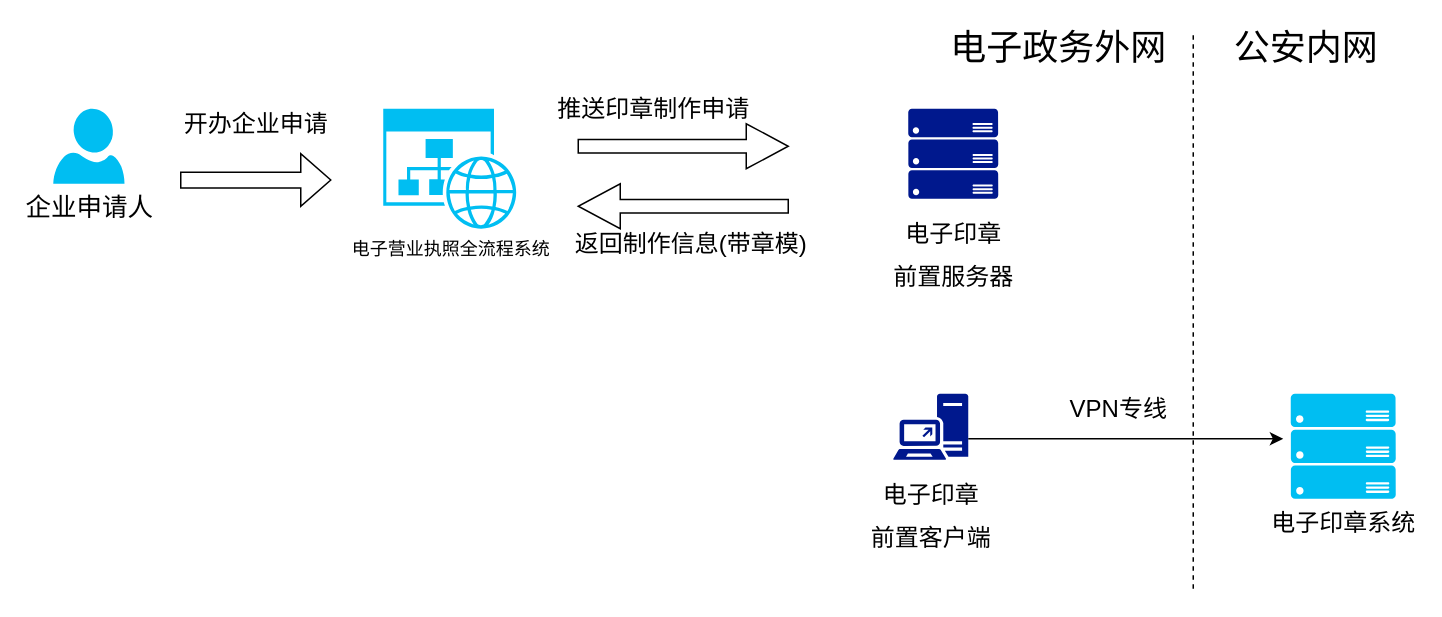
Earlier version of the draw.io diagram page "企业印章申请" (1 of 2) of Untitled Diagram.drawio (guoqingshan2020/draw). Source tidied: cells renumbered, new cells numbered last; positions are measured from the earlier drawing's top-left corner, leaving out a move shared by most shapes. Both pictures are drawn from the tidied source at 150%, with x=0, y=0 at pixel (52, 26).
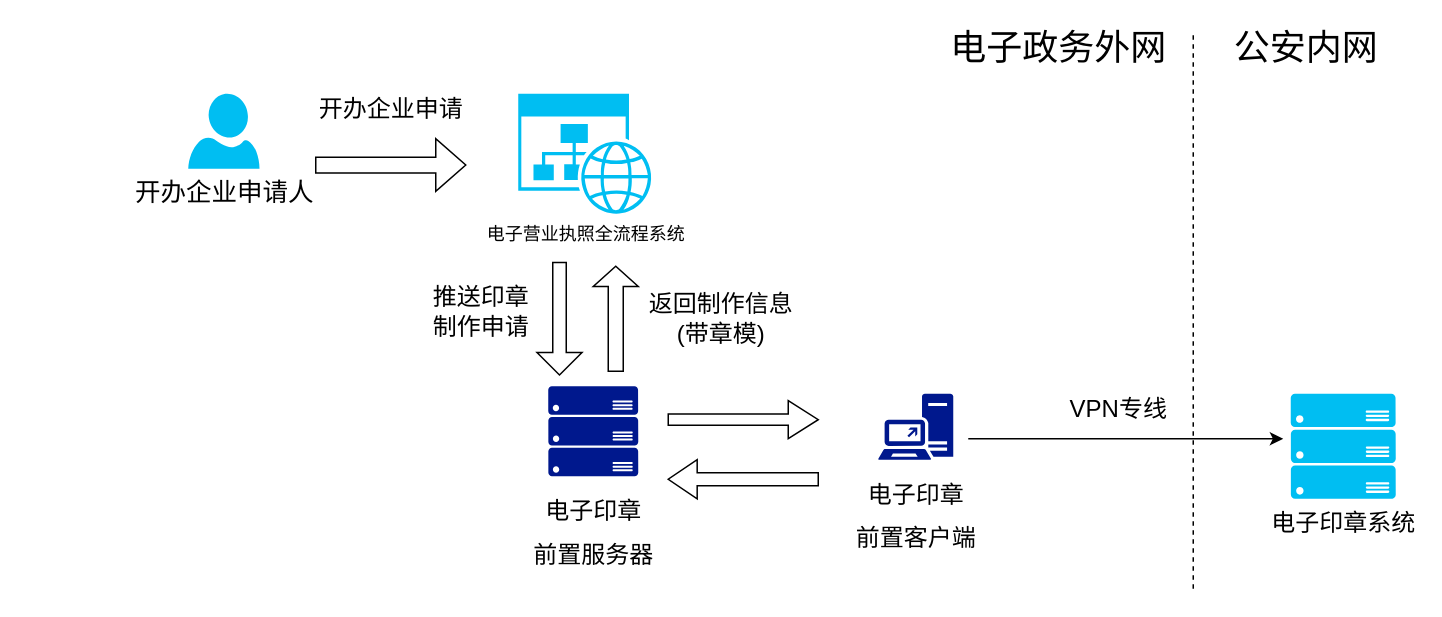
After the change.

Diff of the diagram source:
```diff
@@
-    <mxCell id="2" value="&lt;font style=&quot;font-size: 17px&quot;&gt;企业申请人&lt;/font&gt;" style="verticalLabelPosition=bottom;html=1;verticalAlign=top;align=center;strokeColor=none;fillColor=#00BEF2;shape=mxgraph.azure.user;" parent="1" vertex="1">
-      <mxGeometry y="55" width="47.5" height="50" as="geometry" />
+    <mxCell id="2" value="&lt;font style=&quot;font-size: 17px&quot;&gt;开办企业申请人&lt;/font&gt;" style="verticalLabelPosition=bottom;html=1;verticalAlign=top;align=center;strokeColor=none;fillColor=#00BEF2;shape=mxgraph.azure.user;" parent="1" vertex="1">
+      <mxGeometry x="90" y="45" width="47.5" height="50" as="geometry" />
     </mxCell>
     <mxCell id="3" value="电子营业执照全流程系统" style="verticalLabelPosition=bottom;html=1;verticalAlign=top;align=center;strokeColor=none;fillColor=#00BEF2;shape=mxgraph.azure.website_generic;" parent="1" vertex="1">
-      <mxGeometry x="220" y="55" width="90" height="80" as="geometry" />
+      <mxGeometry x="310" y="45" width="90" height="80" as="geometry" />
     </mxCell>
     <mxCell id="4" value="开办企业申请" style="text;html=1;align=center;verticalAlign=middle;fillColor=none;strokeColor=none;rounded=0;fontSize=16;" parent="1" vertex="1">
-      <mxGeometry x="80" y="55" width="110" height="20" as="geometry" />
+      <mxGeometry x="170" y="45" width="110" height="20" as="geometry" />
     </mxCell>
     <mxCell id="5" style="shape=singleArrow;whiteSpace=wrap;html=1;fontSize=20;" parent="1" vertex="1">
-      <mxGeometry x="85" y="85" width="100" height="35" as="geometry" />
+      <mxGeometry x="175" y="75" width="100" height="35" as="geometry" />
     </mxCell>
-    <mxCell id="6" style="shape=singleArrow;direction=west;whiteSpace=wrap;html=1;fontSize=20;" parent="1" vertex="1">
-      <mxGeometry x="350" y="105" width="140" height="30" as="geometry" />
+    <mxCell id="6" style="shape=singleArrow;direction=west;whiteSpace=wrap;html=1;fontSize=20;arrowWidth=0.3333333333333333;arrowSize=0.19285714285714287;rotation=90;" parent="1" vertex="1">
+      <mxGeometry x="340" y="180" width="70" height="30" as="geometry" />
     </mxCell>
-    <mxCell id="7" style="shape=singleArrow;whiteSpace=wrap;html=1;fontSize=20;" parent="1" vertex="1">
-      <mxGeometry x="350" y="65" width="140" height="30" as="geometry" />
+    <mxCell id="7" style="shape=singleArrow;whiteSpace=wrap;html=1;fontSize=20;rotation=90;" parent="1" vertex="1">
+      <mxGeometry x="300" y="180" width="75" height="30" as="geometry" />
     </mxCell>
-    <mxCell id="8" value="推送印章制作申请" style="text;html=1;align=center;verticalAlign=middle;fillColor=none;strokeColor=none;rounded=0;fontSize=16;" parent="1" vertex="1">
-      <mxGeometry x="330" y="45" width="140" height="20" as="geometry" />
+    <mxCell id="8" value="推送印章&lt;br&gt;制作申请" style="text;html=1;align=center;verticalAlign=middle;fillColor=none;strokeColor=none;rounded=0;fontSize=16;" parent="1" vertex="1">
+      <mxGeometry x="245" y="170" width="80" height="40" as="geometry" />
     </mxCell>
-    <mxCell id="9" value="返回制作信息(带章模)" style="text;html=1;align=center;verticalAlign=middle;fillColor=none;strokeColor=none;rounded=0;fontSize=16;" parent="1" vertex="1">
-      <mxGeometry x="340" y="135" width="170" height="20" as="geometry" />
+    <mxCell id="9" value="返回制作信息&lt;br&gt;(带章模)" style="text;html=1;align=center;verticalAlign=middle;fillColor=none;strokeColor=none;rounded=0;fontSize=16;rotation=0;" parent="1" vertex="1">
+      <mxGeometry x="390" y="175" width="110" height="40" as="geometry" />
     </mxCell>
@@
     <mxCell id="14" value="&lt;span style=&quot;font-size: 16px&quot;&gt;电子印章&lt;/span&gt;&lt;br style=&quot;font-size: 16px&quot;&gt;&lt;span style=&quot;font-size: 16px&quot;&gt;前置客户端&lt;/span&gt;" style="shadow=0;dashed=0;html=1;strokeColor=none;labelPosition=center;verticalLabelPosition=bottom;verticalAlign=top;align=center;fillColor=#00188D;shape=mxgraph.mscae.enterprise.direct_access_feature;fontSize=24;" parent="1" vertex="1">
-      <mxGeometry x="560" y="245" width="50" height="44" as="geometry" />
+      <mxGeometry x="550" y="245" width="50" height="44" as="geometry" />
     </mxCell>
     <mxCell id="15" value="&lt;span style=&quot;font-size: 16px&quot;&gt;电子印章&lt;/span&gt;&lt;br style=&quot;font-size: 16px&quot;&gt;&lt;span style=&quot;font-size: 16px&quot;&gt;前置服务器&lt;/span&gt;" style="shadow=0;dashed=0;html=1;strokeColor=none;labelPosition=center;verticalLabelPosition=bottom;verticalAlign=top;align=center;fillColor=#00188D;shape=mxgraph.azure.server_rack;fontSize=24;" parent="1" vertex="1">
-      <mxGeometry x="570" y="55" width="60" height="60" as="geometry" />
+      <mxGeometry x="330" y="240" width="60" height="60" as="geometry" />
     </mxCell>
@@
+    <mxCell id="18" style="shape=singleArrow;whiteSpace=wrap;html=1;fontSize=20;" parent="1" vertex="1">
+      <mxGeometry x="410" y="249.5" width="100" height="25.5" as="geometry" />
+    </mxCell>
+    <mxCell id="19" style="shape=singleArrow;direction=west;whiteSpace=wrap;html=1;fontSize=20;arrowWidth=0.3333333333333333;arrowSize=0.19285714285714287;rotation=0;" parent="1" vertex="1">
+      <mxGeometry x="410" y="289" width="100" height="26" as="geometry" />
+    </mxCell>
```
